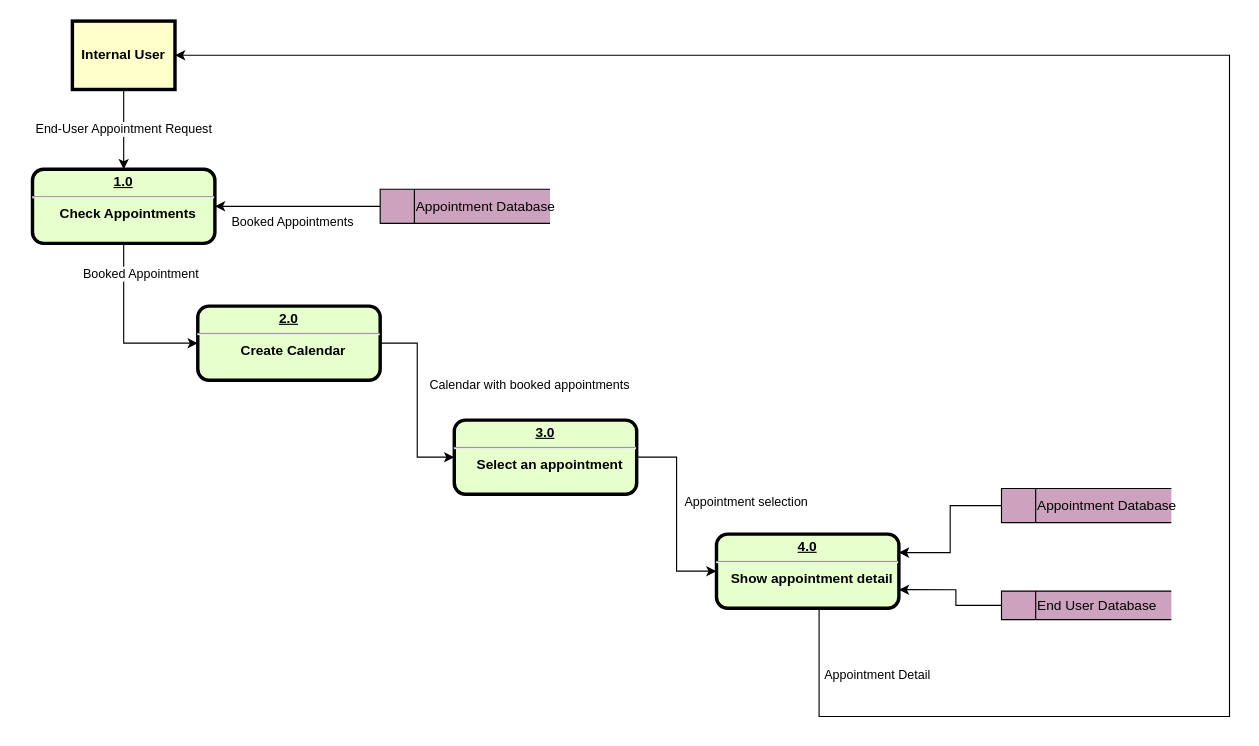
Earlier version of the draw.io diagram Data_Flow_Diagrams/AppointmentDetailsDFD.drawio (Awrmani/AutoQuotes). Source tidied: cells renumbered, new cells numbered last; positions are measured from the earlier drawing's top-left corner, leaving out a move shared by most shapes. Both pictures are drawn from the tidied source at 114%, with x=0, y=0 at pixel (32, 21).
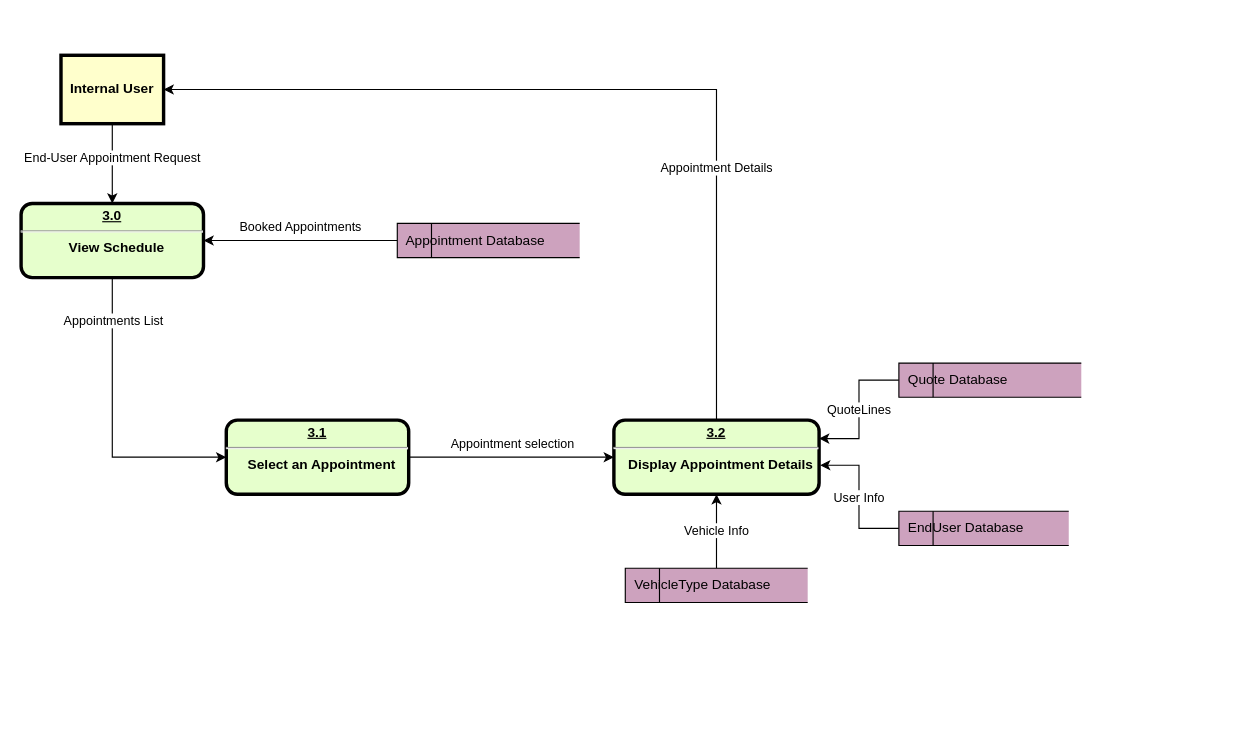
The same page after the edit.

Unchanged cells that the change refers to:
```xml
<mxCell id="11" style="edgeStyle=orthogonalEdgeStyle;rounded=0;jettySize=auto;html=1;entryX=0;entryY=0.5;entryDx=0;entryDy=0;" parent="1" edge="1" source="13" target="16">
  <mxGeometry relative="1" as="geometry" />
</mxCell>
```

What changed in the source:
```diff
@@
     <mxCell id="2" value="End-User Appointment Request" style="edgeStyle=orthogonalEdgeStyle;rounded=0;jettySize=auto;html=1;entryX=0.5;entryY=0;entryDx=0;entryDy=0;" parent="1" edge="1" source="3" target="5">
-      <mxGeometry relative="1" as="geometry" />
+      <mxGeometry x="-0.14" relative="1" as="geometry" />
     </mxCell>
     <mxCell id="3" value="Internal User" style="whiteSpace=wrap;align=center;verticalAlign=middle;fontStyle=1;strokeWidth=3;fillColor=#FFFFCC;" parent="1" vertex="1">
-      <mxGeometry x="35" width="90" height="60" as="geometry" />
+      <mxGeometry x="25" y="30" width="90" height="60" as="geometry" />
     </mxCell>
-    <mxCell id="4" value="Booked Appointment" style="edgeStyle=orthogonalEdgeStyle;rounded=0;jettySize=auto;html=1;entryX=0;entryY=0.5;entryDx=0;entryDy=0;exitX=0.5;exitY=1;exitDx=0;exitDy=0;" parent="1" edge="1" source="5" target="8">
-      <mxGeometry x="-0.65" y="15" relative="1" as="geometry">
-        <Array as="points">
-          <mxPoint x="80" y="283" />
-        </Array>
-      </mxGeometry>
-    </mxCell>
-    <mxCell id="5" value="&lt;p style=&quot;margin: 0px; margin-top: 4px; text-align: center; text-decoration: underline;&quot;&gt;&lt;strong&gt;1.0&lt;/strong&gt;&lt;/p&gt;&lt;hr&gt;&lt;p style=&quot;margin: 0px; margin-left: 8px;&quot;&gt;Check Appointments&lt;/p&gt;" style="verticalAlign=middle;align=center;overflow=fill;fontSize=12;fontFamily=Helvetica;html=1;rounded=1;fontStyle=1;strokeWidth=3;fillColor=#E6FFCC;" parent="1" vertex="1">
-      <mxGeometry y="130" width="160" height="65" as="geometry" />
+    <mxCell id="5" value="&lt;p style=&quot;margin: 0px; margin-top: 4px; text-align: center; text-decoration: underline;&quot;&gt;&lt;strong&gt;3.0&lt;/strong&gt;&lt;/p&gt;&lt;hr&gt;&lt;p style=&quot;margin: 0px; margin-left: 8px;&quot;&gt;View Schedule&lt;/p&gt;" style="verticalAlign=middle;align=center;overflow=fill;fontSize=12;fontFamily=Helvetica;html=1;rounded=1;fontStyle=1;strokeWidth=3;fillColor=#E6FFCC;" parent="1" vertex="1">
+      <mxGeometry x="-10" y="160" width="160" height="65" as="geometry" />
     </mxCell>
-    <mxCell id="6" style="edgeStyle=orthogonalEdgeStyle;rounded=0;jettySize=auto;html=1;entryX=0;entryY=0.5;entryDx=0;entryDy=0;" parent="1" edge="1" source="8" target="13">
+    <mxCell id="6" style="edgeStyle=orthogonalEdgeStyle;rounded=0;jettySize=auto;html=1;entryX=0;entryY=0.5;entryDx=0;entryDy=0;exitX=0.5;exitY=1;exitDx=0;exitDy=0;" parent="1" edge="1" source="5" target="13">
       <mxGeometry relative="1" as="geometry" />
     </mxCell>
-    <mxCell id="7" value="Calendar with booked appointments" style="edgeLabel;html=1;align=center;verticalAlign=middle;" parent="6" vertex="1">
+    <mxCell id="7" value="Appointments List" style="edgeLabel;html=1;align=center;verticalAlign=middle;" parent="6" vertex="1">
       <mxGeometry x="-0.28" y="4" relative="1" as="geometry">
-        <mxPoint x="94" y="9" as="offset" />
+        <mxPoint x="-4" y="-56" as="offset" />
       </mxGeometry>
     </mxCell>
-    <mxCell id="8" value="&lt;p style=&quot;margin: 0px; margin-top: 4px; text-align: center; text-decoration: underline;&quot;&gt;&lt;strong&gt;2.0&lt;/strong&gt;&lt;/p&gt;&lt;hr&gt;&lt;p style=&quot;margin: 0px; margin-left: 8px;&quot;&gt;Create Calendar&lt;/p&gt;" style="verticalAlign=middle;align=center;overflow=fill;fontSize=12;fontFamily=Helvetica;html=1;rounded=1;fontStyle=1;strokeWidth=3;fillColor=#E6FFCC;" parent="1" vertex="1">
-      <mxGeometry x="145" y="250" width="160" height="65" as="geometry" />
-    </mxCell>
     <mxCell id="9" value="Booked Appointments" style="edgeStyle=orthogonalEdgeStyle;rounded=0;jettySize=auto;html=1;exitX=0;exitY=0.5;exitDx=0;exitDy=0;entryX=1;entryY=0.5;entryDx=0;entryDy=0;" parent="1" edge="1" source="10" target="5">
-      <mxGeometry x="0.07" y="13" relative="1" as="geometry">
-        <mxPoint x="1" as="offset" />
-      </mxGeometry>
+      <mxGeometry y="-12" relative="1" as="geometry" />
     </mxCell>
-    <mxCell id="10" value="&lt;span style=&quot;white-space: pre;&quot;&gt;&#9;&lt;/span&gt;Appointment Database" style="html=1;dashed=0;whitespace=wrap;shape=mxgraph.dfd.dataStoreID;align=left;spacingLeft=3;points=[[0,0],[0.5,0],[1,0],[0,0.5],[1,0.5],[0,1],[0.5,1],[1,1]];fillColor=#CDA2BE;" parent="1" vertex="1">
-      <mxGeometry x="305" y="147.5" width="149" height="30" as="geometry" />
+    <mxCell id="10" value="&lt;span style=&quot;white-space: pre;&quot;&gt; &lt;/span&gt;Appointment Database" style="html=1;dashed=0;whitespace=wrap;shape=mxgraph.dfd.dataStoreID;align=left;spacingLeft=3;points=[[0,0],[0.5,0],[1,0],[0,0.5],[1,0.5],[0,1],[0.5,1],[1,1]];fillColor=#CDA2BE;" parent="1" vertex="1">
+      <mxGeometry x="320" y="177.5" width="160" height="30" as="geometry" />
     </mxCell>
@@
     <mxCell id="12" value="Appointment selection" style="edgeLabel;html=1;align=center;verticalAlign=middle;" parent="11" vertex="1">
       <mxGeometry x="-0.13" y="2" relative="1" as="geometry">
-        <mxPoint x="58" as="offset" />
+        <mxPoint x="12" y="-10" as="offset" />
       </mxGeometry>
     </mxCell>
-    <mxCell id="13" value="&lt;p style=&quot;margin: 0px; margin-top: 4px; text-align: center; text-decoration: underline;&quot;&gt;&lt;strong&gt;3.0&lt;/strong&gt;&lt;/p&gt;&lt;hr&gt;&lt;p style=&quot;margin: 0px; margin-left: 8px;&quot;&gt;Select an appointment&lt;/p&gt;" style="verticalAlign=middle;align=center;overflow=fill;fontSize=12;fontFamily=Helvetica;html=1;rounded=1;fontStyle=1;strokeWidth=3;fillColor=#E6FFCC;" parent="1" vertex="1">
-      <mxGeometry x="370" y="350" width="160" height="65" as="geometry" />
+    <mxCell id="13" value="&lt;p style=&quot;margin: 0px; margin-top: 4px; text-align: center; text-decoration: underline;&quot;&gt;&lt;strong&gt;3.1&lt;/strong&gt;&lt;/p&gt;&lt;hr&gt;&lt;p style=&quot;margin: 0px; margin-left: 8px;&quot;&gt;Select an Appointment&lt;/p&gt;" style="verticalAlign=middle;align=center;overflow=fill;fontSize=12;fontFamily=Helvetica;html=1;rounded=1;fontStyle=1;strokeWidth=3;fillColor=#E6FFCC;" parent="1" vertex="1">
+      <mxGeometry x="170" y="350" width="160" height="65" as="geometry" />
     </mxCell>
-    <mxCell id="14" style="edgeStyle=orthogonalEdgeStyle;rounded=0;jettySize=auto;html=1;entryX=1;entryY=0.5;entryDx=0;entryDy=0;" parent="1" edge="1" source="16" target="3">
-      <mxGeometry relative="1" as="geometry">
-        <Array as="points">
-          <mxPoint x="690" y="610" />
-          <mxPoint x="1050" y="610" />
-          <mxPoint x="1050" y="30" />
-        </Array>
-      </mxGeometry>
+    <mxCell id="14" value="Appointment Details" style="edgeStyle=orthogonalEdgeStyle;rounded=0;jettySize=auto;html=1;entryX=1;entryY=0.5;entryDx=0;entryDy=0;exitX=0.5;exitY=0;exitDx=0;exitDy=0;" parent="1" edge="1" source="16" target="3">
+      <mxGeometry x="-0.43" relative="1" as="geometry" />
     </mxCell>
-    <mxCell id="15" value="Appointment Detail" style="edgeLabel;html=1;align=center;verticalAlign=middle;" parent="14" vertex="1">
-      <mxGeometry x="-0.44" y="1" relative="1" as="geometry">
-        <mxPoint x="-309" y="57" as="offset" />
-      </mxGeometry>
-    </mxCell>
-    <mxCell id="16" value="&lt;p style=&quot;margin: 0px; margin-top: 4px; text-align: center; text-decoration: underline;&quot;&gt;&lt;strong&gt;4.0&lt;/strong&gt;&lt;/p&gt;&lt;hr&gt;&lt;p style=&quot;margin: 0px; margin-left: 8px;&quot;&gt;Show appointment detail&lt;/p&gt;" style="verticalAlign=middle;align=center;overflow=fill;fontSize=12;fontFamily=Helvetica;html=1;rounded=1;fontStyle=1;strokeWidth=3;fillColor=#E6FFCC;" parent="1" vertex="1">
-      <mxGeometry x="600" y="450" width="160" height="65" as="geometry" />
+    <mxCell id="16" value="&lt;p style=&quot;margin: 0px; margin-top: 4px; text-align: center; text-decoration: underline;&quot;&gt;&lt;strong&gt;3.2&lt;/strong&gt;&lt;/p&gt;&lt;hr&gt;&lt;p style=&quot;margin: 0px; margin-left: 8px;&quot;&gt;Display Appointment Details&lt;/p&gt;" style="verticalAlign=middle;align=center;overflow=fill;fontSize=12;fontFamily=Helvetica;html=1;rounded=1;fontStyle=1;strokeWidth=3;fillColor=#E6FFCC;" parent="1" vertex="1">
+      <mxGeometry x="510" y="350" width="180" height="65" as="geometry" />
     </mxCell>
-    <mxCell id="17" style="edgeStyle=orthogonalEdgeStyle;rounded=0;jettySize=auto;html=1;entryX=1;entryY=0.75;entryDx=0;entryDy=0;" parent="1" edge="1" source="18" target="16">
-      <mxGeometry relative="1" as="geometry">
-        <Array as="points">
-          <mxPoint x="810" y="513" />
-          <mxPoint x="810" y="499" />
-        </Array>
-      </mxGeometry>
+    <mxCell id="17" value="User Info" style="edgeStyle=orthogonalEdgeStyle;rounded=0;jettySize=auto;html=1;entryX=1.005;entryY=0.609;entryDx=0;entryDy=0;entryPerimeter=0;" parent="1" edge="1" source="18" target="16">
+      <mxGeometry relative="1" as="geometry" />
     </mxCell>
-    <mxCell id="18" value="&lt;span style=&quot;white-space: pre;&quot;&gt;&#9;&lt;/span&gt;End User Database" style="html=1;dashed=0;whitespace=wrap;shape=mxgraph.dfd.dataStoreID;align=left;spacingLeft=3;points=[[0,0],[0.5,0],[1,0],[0,0.5],[1,0.5],[0,1],[0.5,1],[1,1]];fillColor=#CDA2BE;" parent="1" vertex="1">
-      <mxGeometry x="850" y="500" width="149" height="25" as="geometry" />
+    <mxCell id="18" value="&lt;span style=&quot;white-space: pre;&quot;&gt; &lt;/span&gt;EndUser Database" style="html=1;dashed=0;whitespace=wrap;shape=mxgraph.dfd.dataStoreID;align=left;spacingLeft=3;points=[[0,0],[0.5,0],[1,0],[0,0.5],[1,0.5],[0,1],[0.5,1],[1,1]];fillColor=#CDA2BE;" parent="1" vertex="1">
+      <mxGeometry x="760" y="430" width="149" height="30" as="geometry" />
     </mxCell>
-    <mxCell id="19" style="edgeStyle=orthogonalEdgeStyle;rounded=0;jettySize=auto;html=1;entryX=1;entryY=0.25;entryDx=0;entryDy=0;" parent="1" edge="1" source="20" target="16">
+    <mxCell id="19" value="QuoteLines" style="edgeStyle=orthogonalEdgeStyle;rounded=0;jettySize=auto;html=1;entryX=1;entryY=0.25;entryDx=0;entryDy=0;" parent="1" edge="1" source="20" target="16">
       <mxGeometry relative="1" as="geometry" />
     </mxCell>
-    <mxCell id="20" value="&lt;span style=&quot;white-space: pre;&quot;&gt;&#9;&lt;/span&gt;Appointment Database" style="html=1;dashed=0;whitespace=wrap;shape=mxgraph.dfd.dataStoreID;align=left;spacingLeft=3;points=[[0,0],[0.5,0],[1,0],[0,0.5],[1,0.5],[0,1],[0.5,1],[1,1]];fillColor=#CDA2BE;" parent="1" vertex="1">
-      <mxGeometry x="850" y="410" width="149" height="30" as="geometry" />
+    <mxCell id="20" value="&lt;span style=&quot;white-space: pre;&quot;&gt; &lt;/span&gt;Quote Database" style="html=1;dashed=0;whitespace=wrap;shape=mxgraph.dfd.dataStoreID;align=left;spacingLeft=3;points=[[0,0],[0.5,0],[1,0],[0,0.5],[1,0.5],[0,1],[0.5,1],[1,1]];fillColor=#CDA2BE;" parent="1" vertex="1">
+      <mxGeometry x="760" y="300" width="160" height="30" as="geometry" />
     </mxCell>
+    <mxCell id="21" value="Vehicle Info" style="edgeStyle=orthogonalEdgeStyle;rounded=0;jettySize=auto;html=1;entryX=0.5;entryY=1;entryDx=0;entryDy=0;" parent="1" edge="1" source="22" target="16">
+      <mxGeometry relative="1" as="geometry" />
+    </mxCell>
+    <mxCell id="22" value="&lt;span style=&quot;white-space: pre;&quot;&gt; &lt;/span&gt;VehicleType Database" style="html=1;dashed=0;whitespace=wrap;shape=mxgraph.dfd.dataStoreID;align=left;spacingLeft=3;points=[[0,0],[0.5,0],[1,0],[0,0.5],[1,0.5],[0,1],[0.5,1],[1,1]];fillColor=#CDA2BE;" parent="1" vertex="1">
+      <mxGeometry x="520" y="480" width="160" height="30" as="geometry" />
+    </mxCell>
```
